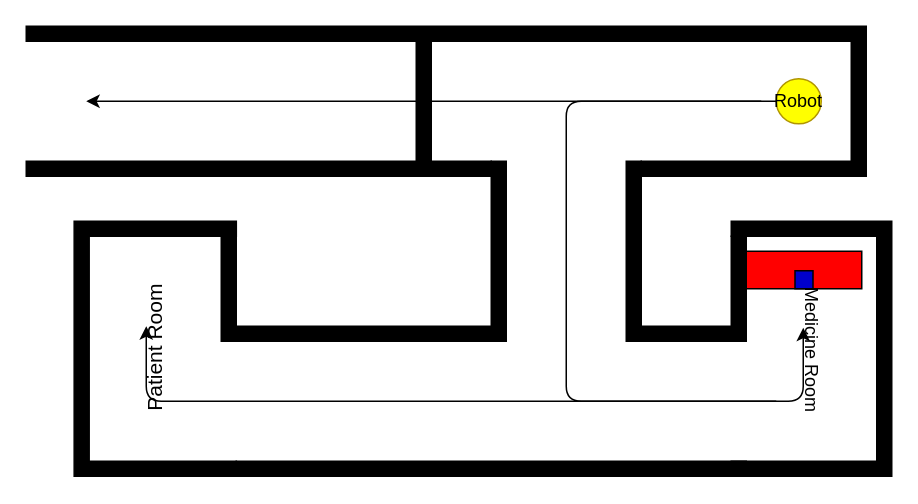
This is simulator/resources/map/hospital_scenario.drawio from lesunb/HMRSsim, a draw.io file, before an edit. Source tidied: cells renumbered, new cells numbered last; positions are measured from the earlier drawing's top-left corner, leaving out a move shared by most shapes. Both pictures are drawn from the tidied source at 150%, with x=0, y=0 at pixel (26, 26).
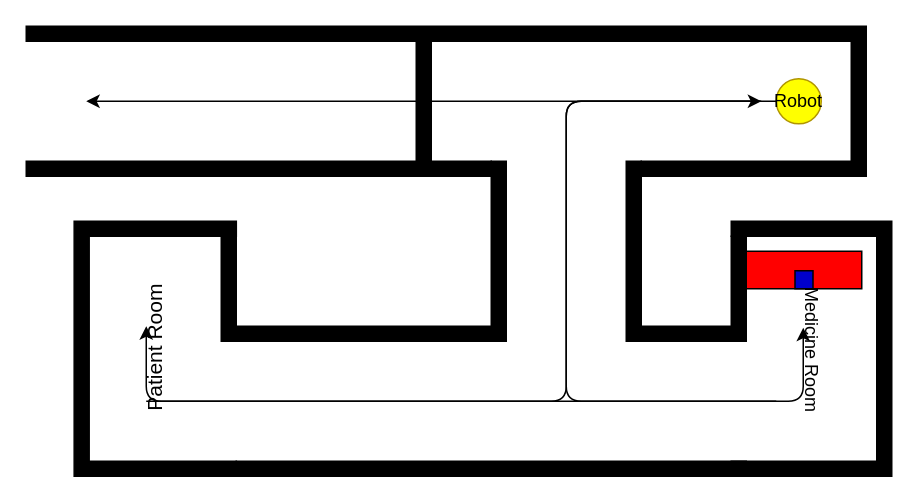
Above is the later version.

What changed in the source:
```diff
@@
+    <mxCell id="22" style="endArrow=classic;html=1;" parent="1" edge="1">
+      <mxGeometry relative="1" as="geometry">
+        <mxPoint x="80" y="250" as="sourcePoint" />
+        <mxPoint x="490" y="50" as="targetPoint" />
+        <Array as="points">
+          <mxPoint x="360" y="250" />
+          <mxPoint x="360" y="50" />
+        </Array>
+      </mxGeometry>
+    </mxCell>
```
